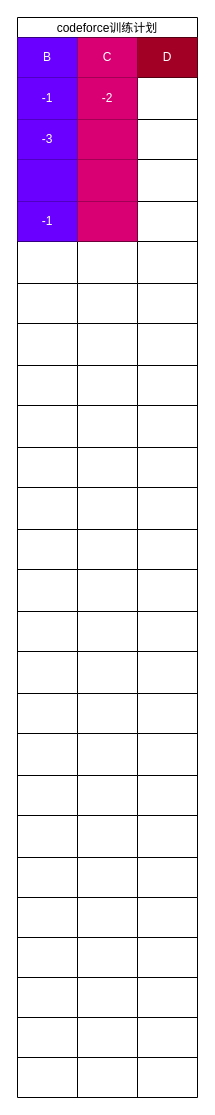
Above: plan/codeforce.drawio in LightEverything/template (draw.io), before the change. Source tidied: cells renumbered, new cells numbered last; positions are measured from the earlier drawing's top-left corner, leaving out a move shared by most shapes. Both pictures are drawn from the tidied source at 100%, with x=0, y=0 at pixel (17, 17).
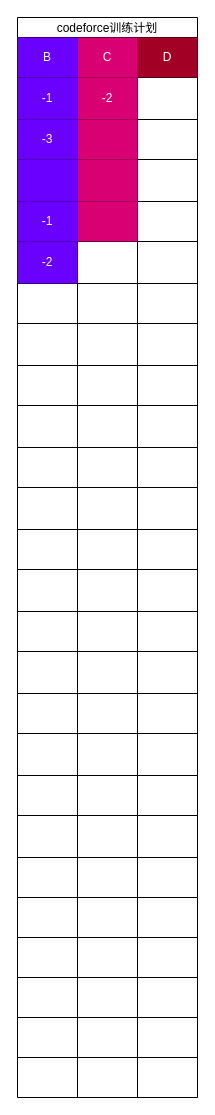
After the change.

Commit message:
更新了计划

Unchanged cells that the change refers to:
```xml
<mxCell id="23" style="shape=partialRectangle;fillColor=none;top=0;left=0;bottom=0;right=0;" parent="2" vertex="1">
  <mxGeometry y="224" width="180" height="42" as="geometry" />
</mxCell>
```

Change to the diagram source:
```diff
@@
-    <mxCell id="24" style="shape=partialRectangle;html=1;whiteSpace=wrap;overflow=hidden;fillColor=none;top=0;left=0;bottom=0;right=0;" parent="23" vertex="1">
+    <mxCell id="24" value="-2" style="shape=partialRectangle;html=1;whiteSpace=wrap;overflow=hidden;fillColor=#6a00ff;top=0;left=0;bottom=0;right=0;fontColor=#ffffff;strokeColor=#3700CC;" parent="23" vertex="1">
       <mxGeometry width="60" height="42" as="geometry" />
     </mxCell>
```
